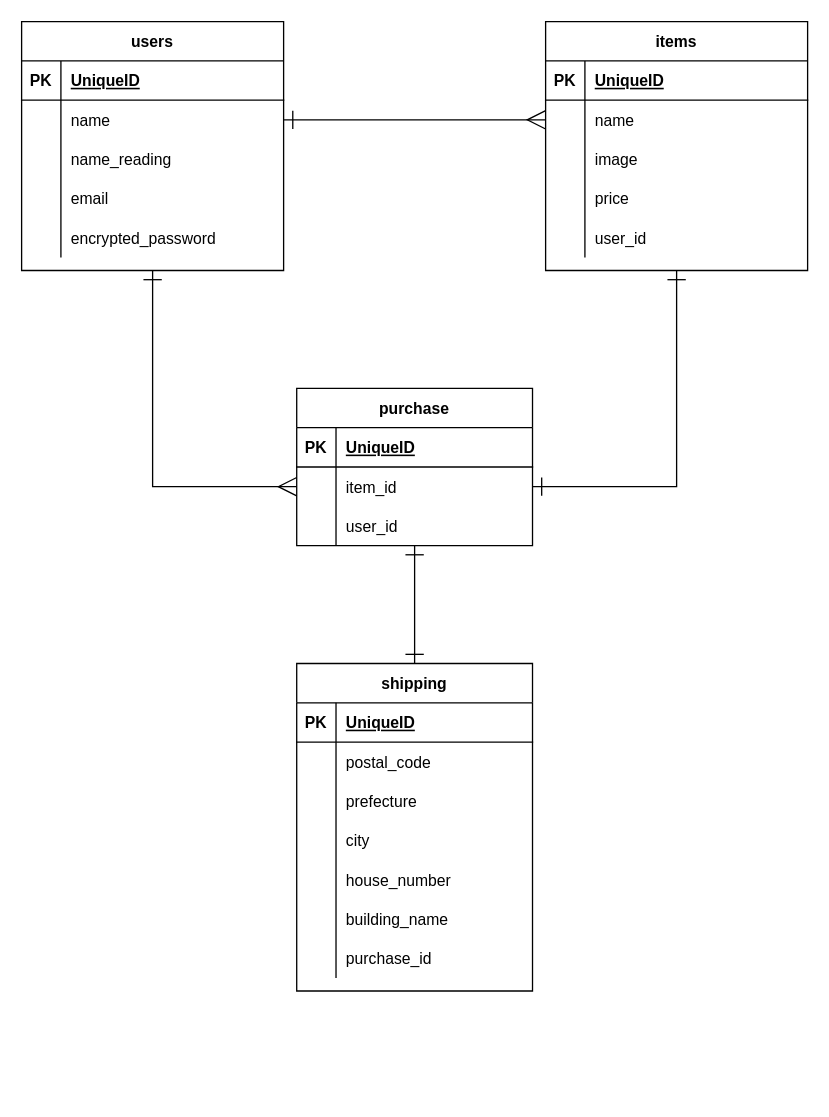
magicalbird14/furima-25061 keeps this draw.io diagram as ER.dio. Above is the earlier version. Source tidied: cells renumbered, new cells numbered last; positions are measured from the earlier drawing's top-left corner, leaving out a move shared by most shapes. Both pictures are drawn from the tidied source at 131%, with x=0, y=0 at pixel (21, 21).
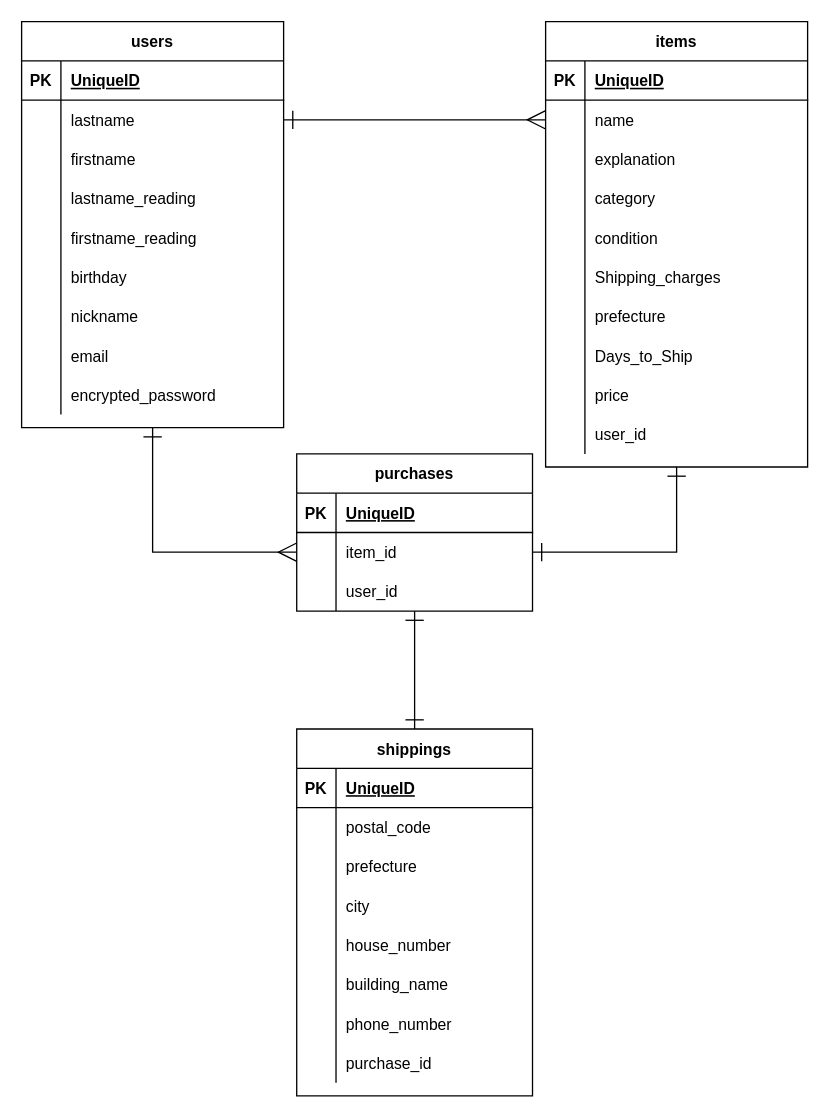
The same page after the edit.

The change refers to these unchanged cells:
```xml
<mxCell id="7" style="shape=partialRectangle;fillColor=none;top=0;left=0;bottom=0;right=0;points=[[0,0.5],[1,0.5]];portConstraint=eastwest;" parent="3" vertex="1">
  <mxGeometry y="60" width="200" height="30" as="geometry" />
</mxCell>
<mxCell id="26" style="shape=partialRectangle;fillColor=none;top=0;left=0;bottom=0;right=0;fontSize=12;" parent="19" vertex="1">
  <mxGeometry y="90" width="200" height="30" as="geometry" />
</mxCell>
```

Change to the diagram source:
```diff
@@
     <mxCell id="3" value="users" style="shape=table;startSize=30;childLayout=tableLayout;rowLines=0;fontStyle=1;align=center;" parent="1" vertex="1">
-      <mxGeometry width="200" height="190" as="geometry" />
+      <mxGeometry width="200" height="310" as="geometry" />
     </mxCell>
@@
-    <mxCell id="9" value="name" style="shape=partialRectangle;fillColor=none;top=0;left=0;bottom=0;right=0;align=left;spacingLeft=6;overflow=hidden;" parent="7" vertex="1">
+    <mxCell id="9" value="lastname" style="shape=partialRectangle;fillColor=none;top=0;left=0;bottom=0;right=0;align=left;spacingLeft=6;overflow=hidden;" parent="7" vertex="1">
       <mxGeometry x="30" width="170" height="30" as="geometry" />
     </mxCell>
+    <mxCell id="70" style="shape=partialRectangle;fillColor=none;top=0;left=0;bottom=0;right=0;" parent="3" vertex="1">
+      <mxGeometry y="90" width="200" height="30" as="geometry" />
+    </mxCell>
+    <mxCell id="71" style="shape=partialRectangle;fillColor=none;top=0;left=0;bottom=0;right=0;overflow=hidden;" parent="70" vertex="1">
+      <mxGeometry width="30" height="30" as="geometry" />
+    </mxCell>
+    <mxCell id="72" value="firstname" style="shape=partialRectangle;fillColor=none;top=0;left=0;bottom=0;right=0;align=left;spacingLeft=6;overflow=hidden;" parent="70" vertex="1">
+      <mxGeometry x="30" width="170" height="30" as="geometry" />
+    </mxCell>
     <mxCell id="10" style="shape=partialRectangle;fillColor=none;top=0;left=0;bottom=0;right=0;" parent="3" vertex="1">
-      <mxGeometry y="90" width="200" height="30" as="geometry" />
+      <mxGeometry y="120" width="200" height="30" as="geometry" />
     </mxCell>
@@
-    <mxCell id="12" value="name_reading" style="shape=partialRectangle;fillColor=none;top=0;left=0;bottom=0;right=0;align=left;spacingLeft=6;overflow=hidden;" parent="10" vertex="1">
+    <mxCell id="12" value="lastname_reading" style="shape=partialRectangle;fillColor=none;top=0;left=0;bottom=0;right=0;align=left;spacingLeft=6;overflow=hidden;" parent="10" vertex="1">
       <mxGeometry x="30" width="170" height="30" as="geometry" />
     </mxCell>
+    <mxCell id="73" style="shape=partialRectangle;fillColor=none;top=0;left=0;bottom=0;right=0;" parent="3" vertex="1">
+      <mxGeometry y="150" width="200" height="30" as="geometry" />
+    </mxCell>
+    <mxCell id="74" style="shape=partialRectangle;fillColor=none;top=0;left=0;bottom=0;right=0;overflow=hidden;" parent="73" vertex="1">
+      <mxGeometry width="30" height="30" as="geometry" />
+    </mxCell>
+    <mxCell id="75" value="firstname_reading" style="shape=partialRectangle;fillColor=none;top=0;left=0;bottom=0;right=0;align=left;spacingLeft=6;overflow=hidden;" parent="73" vertex="1">
+      <mxGeometry x="30" width="170" height="30" as="geometry" />
+    </mxCell>
+    <mxCell id="76" style="shape=partialRectangle;fillColor=none;top=0;left=0;bottom=0;right=0;" parent="3" vertex="1">
+      <mxGeometry y="180" width="200" height="30" as="geometry" />
+    </mxCell>
+    <mxCell id="77" style="shape=partialRectangle;fillColor=none;top=0;left=0;bottom=0;right=0;overflow=hidden;" parent="76" vertex="1">
+      <mxGeometry width="30" height="30" as="geometry" />
+    </mxCell>
+    <mxCell id="78" value="birthday" style="shape=partialRectangle;fillColor=none;top=0;left=0;bottom=0;right=0;align=left;spacingLeft=6;overflow=hidden;" parent="76" vertex="1">
+      <mxGeometry x="30" width="170" height="30" as="geometry" />
+    </mxCell>
+    <mxCell id="79" style="shape=partialRectangle;fillColor=none;top=0;left=0;bottom=0;right=0;" parent="3" vertex="1">
+      <mxGeometry y="210" width="200" height="30" as="geometry" />
+    </mxCell>
+    <mxCell id="80" style="shape=partialRectangle;fillColor=none;top=0;left=0;bottom=0;right=0;overflow=hidden;" parent="79" vertex="1">
+      <mxGeometry width="30" height="30" as="geometry" />
+    </mxCell>
+    <mxCell id="81" value="nickname" style="shape=partialRectangle;fillColor=none;top=0;left=0;bottom=0;right=0;align=left;spacingLeft=6;overflow=hidden;" parent="79" vertex="1">
+      <mxGeometry x="30" width="170" height="30" as="geometry" />
+    </mxCell>
     <mxCell id="13" style="shape=partialRectangle;fillColor=none;top=0;left=0;bottom=0;right=0;" parent="3" vertex="1">
-      <mxGeometry y="120" width="200" height="30" as="geometry" />
+      <mxGeometry y="240" width="200" height="30" as="geometry" />
     </mxCell>
@@
     <mxCell id="16" style="shape=partialRectangle;fillColor=none;top=0;left=0;bottom=0;right=0;" parent="3" vertex="1">
-      <mxGeometry y="150" width="200" height="30" as="geometry" />
+      <mxGeometry y="270" width="200" height="30" as="geometry" />
     </mxCell>
@@
     <mxCell id="19" value="items" style="shape=table;startSize=30;childLayout=tableLayout;rowLines=0;fontStyle=1;align=center;fontSize=12;" parent="1" vertex="1">
-      <mxGeometry x="400" width="200" height="190" as="geometry" />
+      <mxGeometry x="400" width="200" height="340" as="geometry" />
     </mxCell>
@@
-    <mxCell id="28" value="image" style="shape=partialRectangle;fillColor=none;top=0;left=0;bottom=0;right=0;align=left;spacingLeft=6;overflow=hidden;fontSize=12;" parent="26" vertex="1">
+    <mxCell id="28" value="explanation" style="shape=partialRectangle;fillColor=none;top=0;left=0;bottom=0;right=0;align=left;spacingLeft=6;overflow=hidden;fontSize=12;" parent="26" vertex="1">
       <mxGeometry x="30" width="170" height="30" as="geometry" />
     </mxCell>
+    <mxCell id="82" style="shape=partialRectangle;fillColor=none;top=0;left=0;bottom=0;right=0;fontSize=12;" parent="19" vertex="1">
+      <mxGeometry y="120" width="200" height="30" as="geometry" />
+    </mxCell>
+    <mxCell id="83" style="shape=partialRectangle;fillColor=none;top=0;left=0;bottom=0;right=0;overflow=hidden;fontSize=12;" parent="82" vertex="1">
+      <mxGeometry width="30" height="30" as="geometry" />
+    </mxCell>
+    <mxCell id="84" value="category" style="shape=partialRectangle;fillColor=none;top=0;left=0;bottom=0;right=0;align=left;spacingLeft=6;overflow=hidden;fontSize=12;" parent="82" vertex="1">
+      <mxGeometry x="30" width="170" height="30" as="geometry" />
+    </mxCell>
+    <mxCell id="85" style="shape=partialRectangle;fillColor=none;top=0;left=0;bottom=0;right=0;fontSize=12;" parent="19" vertex="1">
+      <mxGeometry y="150" width="200" height="30" as="geometry" />
+    </mxCell>
+    <mxCell id="86" style="shape=partialRectangle;fillColor=none;top=0;left=0;bottom=0;right=0;overflow=hidden;fontSize=12;" parent="85" vertex="1">
+      <mxGeometry width="30" height="30" as="geometry" />
+    </mxCell>
+    <mxCell id="87" value="condition" style="shape=partialRectangle;fillColor=none;top=0;left=0;bottom=0;right=0;align=left;spacingLeft=6;overflow=hidden;fontSize=12;" parent="85" vertex="1">
+      <mxGeometry x="30" width="170" height="30" as="geometry" />
+    </mxCell>
+    <mxCell id="88" style="shape=partialRectangle;fillColor=none;top=0;left=0;bottom=0;right=0;fontSize=12;" parent="19" vertex="1">
+      <mxGeometry y="180" width="200" height="30" as="geometry" />
+    </mxCell>
+    <mxCell id="89" style="shape=partialRectangle;fillColor=none;top=0;left=0;bottom=0;right=0;overflow=hidden;fontSize=12;" parent="88" vertex="1">
+      <mxGeometry width="30" height="30" as="geometry" />
+    </mxCell>
+    <mxCell id="90" value="Shipping_charges" style="shape=partialRectangle;fillColor=none;top=0;left=0;bottom=0;right=0;align=left;spacingLeft=6;overflow=hidden;fontSize=12;" parent="88" vertex="1">
+      <mxGeometry x="30" width="170" height="30" as="geometry" />
+    </mxCell>
+    <mxCell id="91" style="shape=partialRectangle;fillColor=none;top=0;left=0;bottom=0;right=0;fontSize=12;" parent="19" vertex="1">
+      <mxGeometry y="210" width="200" height="30" as="geometry" />
+    </mxCell>
+    <mxCell id="92" style="shape=partialRectangle;fillColor=none;top=0;left=0;bottom=0;right=0;overflow=hidden;fontSize=12;" parent="91" vertex="1">
+      <mxGeometry width="30" height="30" as="geometry" />
+    </mxCell>
+    <mxCell id="93" value="prefecture" style="shape=partialRectangle;fillColor=none;top=0;left=0;bottom=0;right=0;align=left;spacingLeft=6;overflow=hidden;fontSize=12;" parent="91" vertex="1">
+      <mxGeometry x="30" width="170" height="30" as="geometry" />
+    </mxCell>
+    <mxCell id="94" style="shape=partialRectangle;fillColor=none;top=0;left=0;bottom=0;right=0;fontSize=12;" parent="19" vertex="1">
+      <mxGeometry y="240" width="200" height="30" as="geometry" />
+    </mxCell>
+    <mxCell id="95" style="shape=partialRectangle;fillColor=none;top=0;left=0;bottom=0;right=0;overflow=hidden;fontSize=12;" parent="94" vertex="1">
+      <mxGeometry width="30" height="30" as="geometry" />
+    </mxCell>
+    <mxCell id="96" value="Days_to_Ship" style="shape=partialRectangle;fillColor=none;top=0;left=0;bottom=0;right=0;align=left;spacingLeft=6;overflow=hidden;fontSize=12;" parent="94" vertex="1">
+      <mxGeometry x="30" width="170" height="30" as="geometry" />
+    </mxCell>
     <mxCell id="29" style="shape=partialRectangle;fillColor=none;top=0;left=0;bottom=0;right=0;fontSize=12;" parent="19" vertex="1">
-      <mxGeometry y="120" width="200" height="30" as="geometry" />
+      <mxGeometry y="270" width="200" height="30" as="geometry" />
     </mxCell>
@@
     <mxCell id="32" style="shape=partialRectangle;fillColor=none;top=0;left=0;bottom=0;right=0;fontSize=12;" parent="19" vertex="1">
-      <mxGeometry y="150" width="200" height="30" as="geometry" />
+      <mxGeometry y="300" width="200" height="30" as="geometry" />
     </mxCell>
@@
-    <mxCell id="35" value="purchase" style="shape=table;startSize=30;childLayout=tableLayout;rowLines=0;fontStyle=1;align=center;fontSize=12;" parent="1" vertex="1">
-      <mxGeometry x="210" y="280" width="180" height="120" as="geometry" />
+    <mxCell id="35" value="purchases" style="shape=table;startSize=30;childLayout=tableLayout;rowLines=0;fontStyle=1;align=center;fontSize=12;" parent="1" vertex="1">
+      <mxGeometry x="210" y="330" width="180" height="120" as="geometry" />
     </mxCell>
@@
-    <mxCell id="48" value="shipping" style="shape=table;startSize=30;childLayout=tableLayout;rowLines=0;fontStyle=1;align=center;fontSize=12;" parent="1" vertex="1">
-      <mxGeometry x="210" y="490" width="180" height="250" as="geometry" />
+    <mxCell id="48" value="shippings" style="shape=table;startSize=30;childLayout=tableLayout;rowLines=0;fontStyle=1;align=center;fontSize=12;" parent="1" vertex="1">
+      <mxGeometry x="210" y="540" width="180" height="280" as="geometry" />
     </mxCell>
@@
+    <mxCell id="97" style="shape=partialRectangle;fillColor=none;top=0;left=0;bottom=0;right=0;fontSize=12;" parent="48" vertex="1">
+      <mxGeometry y="210" width="180" height="30" as="geometry" />
+    </mxCell>
+    <mxCell id="98" style="shape=partialRectangle;fillColor=none;top=0;left=0;bottom=0;right=0;overflow=hidden;fontSize=12;" parent="97" vertex="1">
+      <mxGeometry width="30" height="30" as="geometry" />
+    </mxCell>
+    <mxCell id="99" value="phone_number" style="shape=partialRectangle;fillColor=none;top=0;left=0;bottom=0;right=0;align=left;spacingLeft=6;overflow=hidden;fontSize=12;" parent="97" vertex="1">
+      <mxGeometry x="30" width="150" height="30" as="geometry" />
+    </mxCell>
     <mxCell id="67" style="shape=partialRectangle;fillColor=none;top=0;left=0;bottom=0;right=0;fontSize=12;" parent="48" vertex="1">
-      <mxGeometry y="210" width="180" height="30" as="geometry" />
+      <mxGeometry y="240" width="180" height="30" as="geometry" />
     </mxCell>
```
